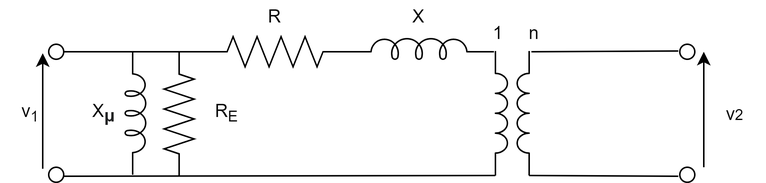
This is equivalent_circuit.png from Boreas3/ELEC0041---homework-3, a draw.io export, as it was before one commit. Source tidied: cells renumbered, new cells last; positions are measured from the earlier drawing's top-left corner, leaving out a move shared by most shapes. Source of this version:
```xml
<mxGraphModel>
  <root>
    <mxCell id="0" />
    <mxCell id="1" parent="0" />
    <mxCell id="2" style="endArrow=none;html=1;strokeWidth=1;" parent="1" edge="1">
      <mxGeometry relative="1" as="geometry">
        <mxPoint x="40" y="34" as="sourcePoint" />
        <mxPoint x="142" y="34" as="targetPoint" />
      </mxGeometry>
    </mxCell>
    <mxCell id="3" style="verticalLabelPosition=bottom;shadow=0;dashed=0;align=center;html=1;verticalAlign=top;shape=mxgraph.electrical.inductors.inductor_5;rotation=90;" parent="1" vertex="1">
      <mxGeometry x="49" y="68" width="82" height="14" as="geometry" />
    </mxCell>
    <mxCell id="4" style="endArrow=none;html=1;strokeWidth=1;entryX=1;entryY=1;entryDx=0;entryDy=0;entryPerimeter=0;" parent="1" edge="1" target="8">
      <mxGeometry relative="1" as="geometry">
        <mxPoint x="38" y="117" as="sourcePoint" />
      </mxGeometry>
    </mxCell>
    <mxCell id="5" style="verticalLabelPosition=bottom;shadow=0;dashed=0;align=center;html=1;verticalAlign=top;shape=mxgraph.electrical.resistors.resistor_2;" parent="1" vertex="1">
      <mxGeometry x="133" y="24" width="100" height="20" as="geometry" />
    </mxCell>
    <mxCell id="6" style="verticalLabelPosition=bottom;shadow=0;dashed=0;align=center;html=1;verticalAlign=top;shape=mxgraph.electrical.inductors.inductor_5;" parent="1" vertex="1">
      <mxGeometry x="229" y="25" width="100" height="14" as="geometry" />
    </mxCell>
    <mxCell id="7" style="verticalLabelPosition=bottom;shadow=0;dashed=0;align=center;html=1;verticalAlign=top;shape=mxgraph.electrical.resistors.resistor_2;rotation=90;" parent="1" vertex="1">
      <mxGeometry x="77.5" y="65.5" width="83" height="20" as="geometry" />
    </mxCell>
    <mxCell id="8" style="verticalLabelPosition=bottom;shadow=0;dashed=0;align=center;html=1;verticalAlign=top;shape=mxgraph.electrical.inductors.inductor_3;rotation=90;" parent="1" vertex="1">
      <mxGeometry x="292.5" y="71" width="83" height="8" as="geometry" />
    </mxCell>
    <mxCell id="9" style="verticalLabelPosition=bottom;shadow=0;dashed=0;align=center;html=1;verticalAlign=top;shape=mxgraph.electrical.inductors.inductor_3;rotation=270;" parent="1" vertex="1">
      <mxGeometry x="307" y="71" width="83" height="8" as="geometry" />
    </mxCell>
    <mxCell id="10" style="endArrow=none;html=1;strokeWidth=1;" parent="1" edge="1">
      <mxGeometry relative="1" as="geometry">
        <mxPoint x="354" y="34" as="sourcePoint" />
        <mxPoint x="452" y="33.5" as="targetPoint" />
      </mxGeometry>
    </mxCell>
    <mxCell id="11" style="endArrow=none;html=1;strokeWidth=1;exitX=0;exitY=1;exitDx=0;exitDy=0;exitPerimeter=0;" parent="1" edge="1" source="9">
      <mxGeometry relative="1" as="geometry">
        <mxPoint x="452" y="117" as="targetPoint" />
      </mxGeometry>
    </mxCell>
    <mxCell id="12" value="R" style="text;html=1;strokeColor=none;fillColor=none;align=center;verticalAlign=middle;whiteSpace=wrap;rounded=0;" parent="1" vertex="1">
      <mxGeometry x="163" width="40" height="20" as="geometry" />
    </mxCell>
    <mxCell id="13" value="X" style="text;html=1;strokeColor=none;fillColor=none;align=center;verticalAlign=middle;whiteSpace=wrap;rounded=0;" parent="1" vertex="1">
      <mxGeometry x="259" width="40" height="20" as="geometry" />
    </mxCell>
    <mxCell id="14" value="R&lt;sub&gt;E&lt;/sub&gt;" style="text;html=1;strokeColor=none;fillColor=none;align=center;verticalAlign=middle;whiteSpace=wrap;rounded=0;" parent="1" vertex="1">
      <mxGeometry x="131" y="65" width="40" height="20" as="geometry" />
    </mxCell>
    <mxCell id="15" value="X&lt;b style=&quot;color: rgb(32 , 33 , 34) ; font-family: sans-serif ; font-size: 14px ; background-color: rgb(255 , 255 , 255)&quot;&gt;&lt;sub&gt;μ&lt;/sub&gt;&lt;/b&gt;" style="text;html=1;strokeColor=none;fillColor=none;align=center;verticalAlign=middle;whiteSpace=wrap;rounded=0;" parent="1" vertex="1">
      <mxGeometry x="49" y="63" width="40" height="20" as="geometry" />
    </mxCell>
    <mxCell id="16" value="1" style="text;html=1;strokeColor=none;fillColor=none;align=center;verticalAlign=middle;whiteSpace=wrap;rounded=0;" parent="1" vertex="1">
      <mxGeometry x="312" y="11" width="40" height="20" as="geometry" />
    </mxCell>
    <mxCell id="17" value="n" style="text;html=1;strokeColor=none;fillColor=none;align=center;verticalAlign=middle;whiteSpace=wrap;rounded=0;" parent="1" vertex="1">
      <mxGeometry x="335.5" y="11" width="40" height="20" as="geometry" />
    </mxCell>
    <mxCell id="18" style="ellipse;whiteSpace=wrap;html=1;" parent="1" vertex="1">
      <mxGeometry x="453" y="29" width="10" height="10" as="geometry" />
    </mxCell>
    <mxCell id="19" style="ellipse;whiteSpace=wrap;html=1;" parent="1" vertex="1">
      <mxGeometry x="453" y="111" width="10" height="10" as="geometry" />
    </mxCell>
    <mxCell id="20" style="ellipse;whiteSpace=wrap;html=1;" parent="1" vertex="1">
      <mxGeometry x="32" y="29" width="10" height="10" as="geometry" />
    </mxCell>
    <mxCell id="21" style="ellipse;whiteSpace=wrap;html=1;" parent="1" vertex="1">
      <mxGeometry x="32" y="111" width="10" height="10" as="geometry" />
    </mxCell>
    <mxCell id="22" style="endArrow=classic;html=1;" parent="1" edge="1">
      <mxGeometry relative="1" as="geometry">
        <mxPoint x="28" y="112" as="sourcePoint" />
        <mxPoint x="28" y="35" as="targetPoint" />
      </mxGeometry>
    </mxCell>
    <mxCell id="23" value="v&lt;sub&gt;1&lt;/sub&gt;" style="text;html=1;strokeColor=none;fillColor=none;align=center;verticalAlign=middle;whiteSpace=wrap;rounded=0;" parent="1" vertex="1">
      <mxGeometry y="65" width="40" height="20" as="geometry" />
    </mxCell>
    <mxCell id="24" style="endArrow=classic;html=1;" parent="1" edge="1">
      <mxGeometry relative="1" as="geometry">
        <mxPoint x="469" y="111" as="sourcePoint" />
        <mxPoint x="469" y="34" as="targetPoint" />
      </mxGeometry>
    </mxCell>
    <mxCell id="25" value="v&lt;span style=&quot;font-size: 10px&quot;&gt;2&lt;/span&gt;" style="text;html=1;strokeColor=none;fillColor=none;align=center;verticalAlign=middle;whiteSpace=wrap;rounded=0;" parent="1" vertex="1">
      <mxGeometry x="470" y="65" width="40" height="20" as="geometry" />
    </mxCell>
  </root>
</mxGraphModel>
```
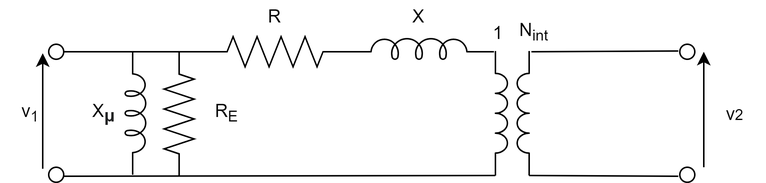
After the commit.

What changed in the source:
```diff
@@ -57,7 +57,7 @@
     <mxCell id="16" value="1" style="text;html=1;strokeColor=none;fillColor=none;align=center;verticalAlign=middle;whiteSpace=wrap;rounded=0;" parent="1" vertex="1">
       <mxGeometry x="312" y="11" width="40" height="20" as="geometry" />
     </mxCell>
-    <mxCell id="17" value="n" style="text;html=1;strokeColor=none;fillColor=none;align=center;verticalAlign=middle;whiteSpace=wrap;rounded=0;" parent="1" vertex="1">
+    <mxCell id="17" value="N&lt;sub&gt;int&lt;/sub&gt;" style="text;html=1;strokeColor=none;fillColor=none;align=center;verticalAlign=middle;whiteSpace=wrap;rounded=0;" parent="1" vertex="1">
       <mxGeometry x="335.5" y="11" width="40" height="20" as="geometry" />
     </mxCell>
     <mxCell id="18" style="ellipse;whiteSpace=wrap;html=1;" parent="1" vertex="1">
```
